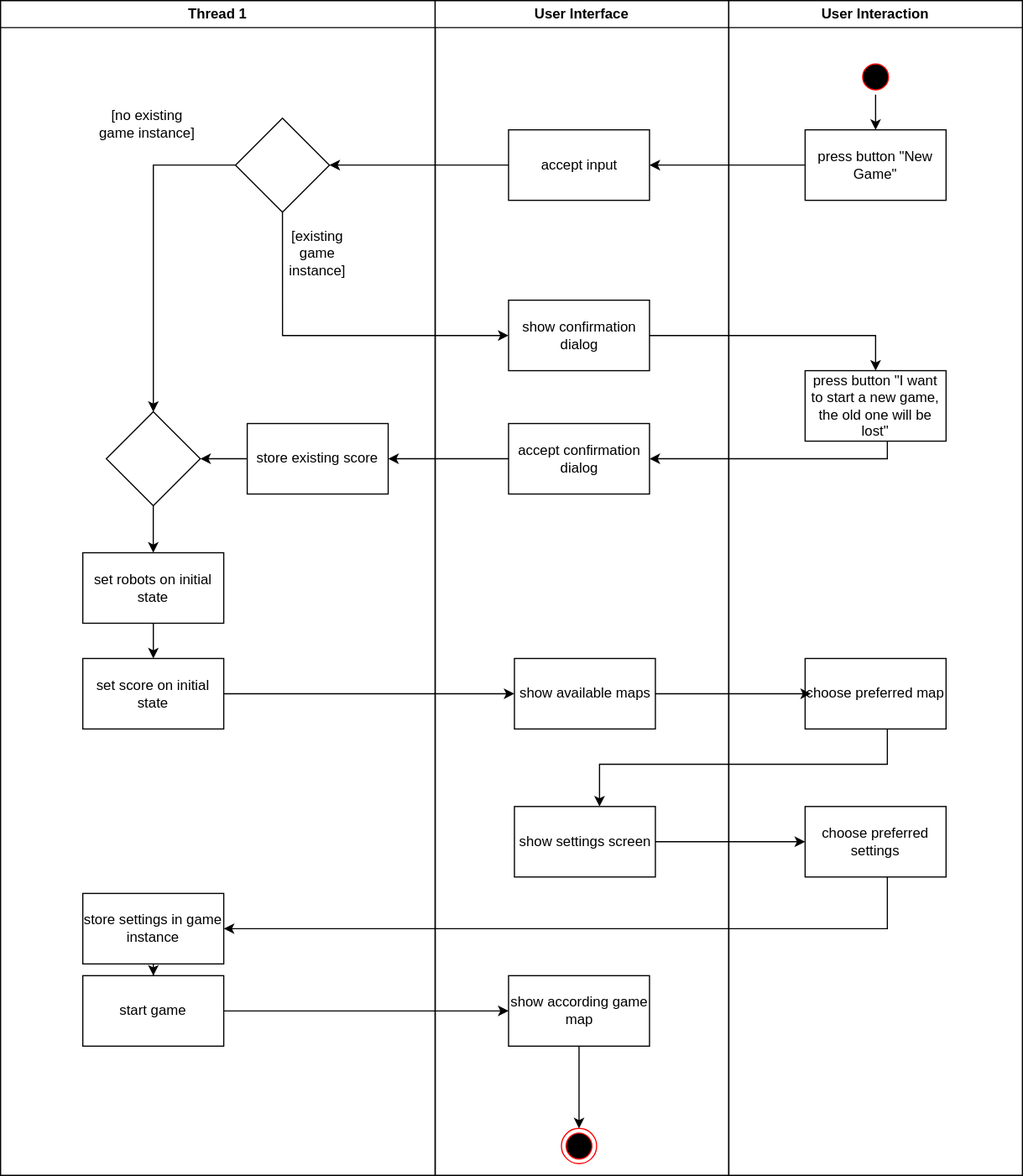
The draw.io diagram activity_diagrams/start_game.svg in Wizards-vs-Robots/documentation, before a commit. Source tidied: cells renumbered, new cells last; positions are measured from the earlier drawing's top-left corner, leaving out a move shared by most shapes.
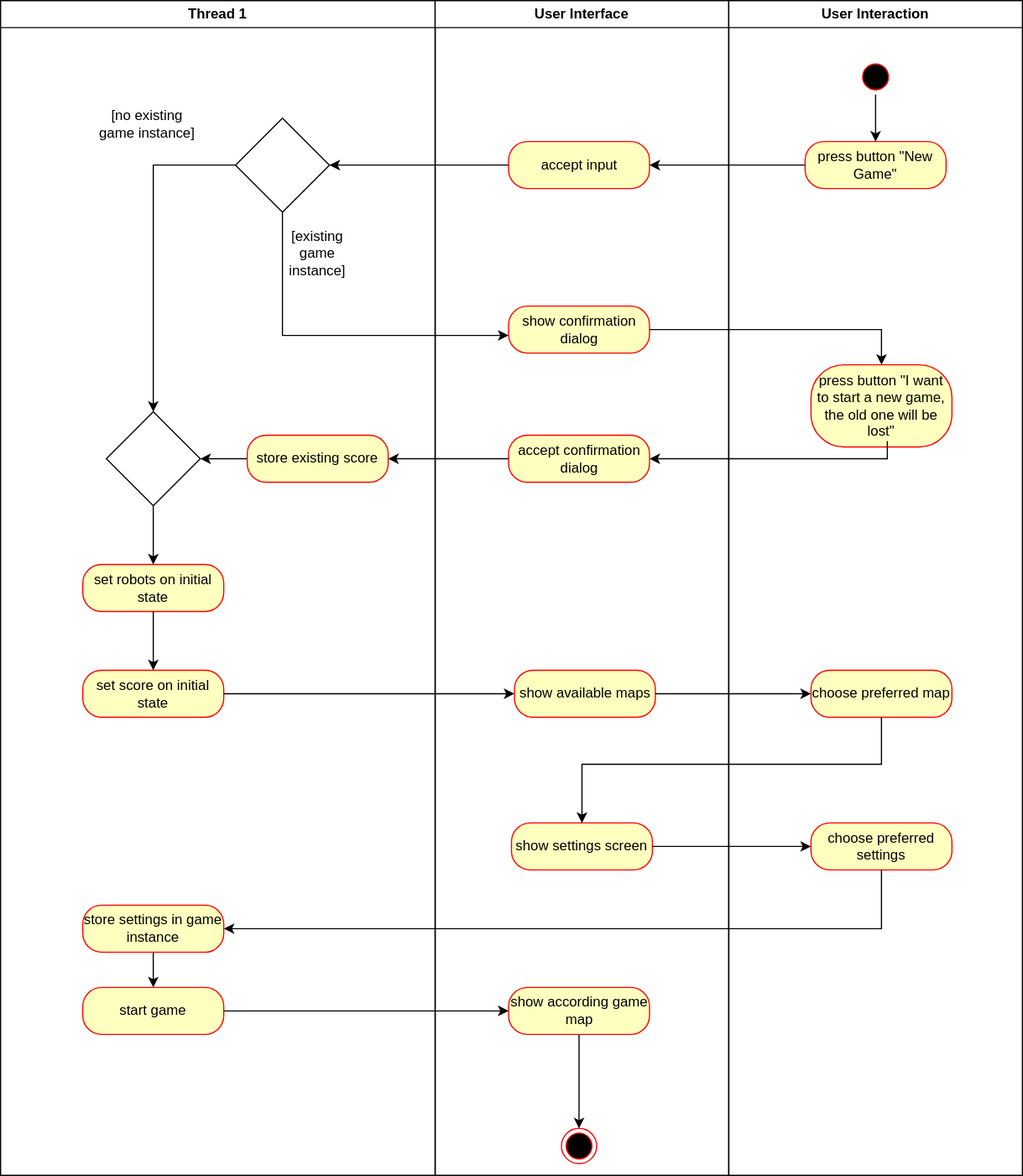
Above is the later version.

The edit, as a diff of the source:
```diff
@@ -5,71 +5,74 @@
     <mxCell id="2" value="Thread 1" style="swimlane;whiteSpace=wrap;" parent="1" vertex="1">
       <mxGeometry width="370" height="1000" as="geometry" />
     </mxCell>
-    <mxCell id="3" value="store existing score" style="rounded=0;whiteSpace=wrap;html=1;" parent="2" vertex="1">
-      <mxGeometry x="210" y="360" width="120" height="60" as="geometry" />
-    </mxCell>
-    <mxCell id="4" value="set robots on initial state" style="rounded=0;whiteSpace=wrap;html=1;" parent="2" vertex="1">
-      <mxGeometry x="70" y="470" width="120" height="60" as="geometry" />
-    </mxCell>
     <mxCell id="5" style="edgeStyle=orthogonalEdgeStyle;rounded=0;jettySize=auto;html=1;" parent="2" edge="1" source="6" target="4">
       <mxGeometry relative="1" as="geometry" />
     </mxCell>
     <mxCell id="6" style="rhombus;whiteSpace=wrap;html=1;" parent="2" vertex="1">
       <mxGeometry x="90" y="350" width="80" height="80" as="geometry" />
     </mxCell>
-    <mxCell id="7" style="edgeStyle=orthogonalEdgeStyle;rounded=0;jettySize=auto;html=1;" parent="2" edge="1" source="3" target="6">
-      <mxGeometry relative="1" as="geometry" />
+    <mxCell id="7" style="edgeStyle=orthogonalEdgeStyle;rounded=0;jettySize=auto;html=1;" parent="2" edge="1" target="6">
+      <mxGeometry relative="1" as="geometry">
+        <mxPoint x="210" y="390" as="sourcePoint" />
+      </mxGeometry>
     </mxCell>
+    <mxCell id="3" value="store existing score" style="rounded=1;whiteSpace=wrap;html=1;arcSize=40;fontColor=#000000;fillColor=#ffffc0;strokeColor=#ff0000;" parent="2" vertex="1">
+      <mxGeometry x="210" y="370" width="120" height="40" as="geometry" />
+    </mxCell>
+    <mxCell id="4" value="set robots on initial state" style="rounded=1;whiteSpace=wrap;html=1;arcSize=40;fontColor=#000000;fillColor=#ffffc0;strokeColor=#ff0000;" parent="2" vertex="1">
+      <mxGeometry x="70" y="480" width="120" height="40" as="geometry" />
+    </mxCell>
+    <mxCell id="17" value="set score on initial state" style="rounded=1;whiteSpace=wrap;html=1;arcSize=40;fontColor=#000000;fillColor=#ffffc0;strokeColor=#ff0000;" parent="2" vertex="1">
+      <mxGeometry x="70" y="570" width="120" height="40" as="geometry" />
+    </mxCell>
+    <mxCell id="10" value="start game" style="rounded=1;whiteSpace=wrap;html=1;arcSize=40;fontColor=#000000;fillColor=#ffffc0;strokeColor=#ff0000;" parent="2" vertex="1">
+      <mxGeometry x="70" y="840" width="120" height="40" as="geometry" />
+    </mxCell>
     <mxCell id="8" style="edgeStyle=orthogonalEdgeStyle;rounded=0;jettySize=auto;html=1;" parent="2" edge="1" source="9" target="10">
       <mxGeometry relative="1" as="geometry" />
     </mxCell>
-    <mxCell id="9" value="store settings in game instance" style="rounded=0;whiteSpace=wrap;html=1;" parent="2" vertex="1">
-      <mxGeometry x="70" y="760" width="120" height="60" as="geometry" />
+    <mxCell id="9" value="store settings in game instance" style="rounded=1;whiteSpace=wrap;html=1;arcSize=40;fontColor=#000000;fillColor=#ffffc0;strokeColor=#ff0000;" parent="2" vertex="1">
+      <mxGeometry x="70" y="770" width="120" height="40" as="geometry" />
     </mxCell>
-    <mxCell id="10" value="start game" style="rounded=0;whiteSpace=wrap;html=1;" parent="2" vertex="1">
-      <mxGeometry x="70" y="830" width="120" height="60" as="geometry" />
-    </mxCell>
+    <mxCell id="40" style="edgeStyle=orthogonalEdgeStyle;rounded=0;jettySize=auto;html=1;" parent="2" edge="1" source="4" target="17">
+      <mxGeometry relative="1" as="geometry" />
+    </mxCell>
     <mxCell id="11" value="User Interface" style="swimlane;whiteSpace=wrap;" parent="1" vertex="1">
       <mxGeometry x="370" width="250" height="1000" as="geometry" />
     </mxCell>
+    <mxCell id="16" style="edgeStyle=orthogonalEdgeStyle;rounded=0;orthogonalLoop=1;jettySize=auto;html=1;entryX=0;entryY=0.5;entryDx=0;entryDy=0;" parent="11" edge="1">
+      <mxGeometry relative="1" as="geometry">
+        <mxPoint x="-180" y="590" as="sourcePoint" />
+        <mxPoint x="67.5" y="590" as="targetPoint" />
+      </mxGeometry>
+    </mxCell>
+    <mxCell id="20" style="ellipse;html=1;shape=endState;fillColor=#000000;strokeColor=#ff0000;" parent="11" vertex="1">
+      <mxGeometry x="107.5" y="960" width="30" height="30" as="geometry" />
+    </mxCell>
-    <mxCell id="12" value="accept input" style="rounded=0;whiteSpace=wrap;html=1;" parent="11" vertex="1">
-      <mxGeometry x="62.5" y="110" width="120" height="60" as="geometry" />
+    <mxCell id="12" value="accept input" style="rounded=1;whiteSpace=wrap;html=1;arcSize=40;fontColor=#000000;fillColor=#ffffc0;strokeColor=#ff0000;" parent="11" vertex="1">
+      <mxGeometry x="62.5" y="120" width="120" height="40" as="geometry" />
     </mxCell>
-    <mxCell id="13" value="show confirmation dialog" style="rounded=0;whiteSpace=wrap;html=1;" parent="11" vertex="1">
-      <mxGeometry x="62.5" y="255" width="120" height="60" as="geometry" />
+    <mxCell id="13" value="show confirmation dialog" style="rounded=1;whiteSpace=wrap;html=1;arcSize=40;fontColor=#000000;fillColor=#ffffc0;strokeColor=#ff0000;" parent="11" vertex="1">
+      <mxGeometry x="62.5" y="260" width="120" height="40" as="geometry" />
     </mxCell>
-    <mxCell id="14" style="edgeStyle=orthogonalEdgeStyle;rounded=0;orthogonalLoop=1;jettySize=auto;html=1;" parent="11" edge="1">
-      <mxGeometry relative="1" as="geometry">
-        <mxPoint x="135" y="560" as="sourcePoint" />
-        <mxPoint x="135" y="580" as="targetPoint" />
-      </mxGeometry>
-    </mxCell>
-    <mxCell id="15" value="accept confirmation dialog" style="rounded=0;whiteSpace=wrap;html=1;" parent="11" vertex="1">
-      <mxGeometry x="62.5" y="360" width="120" height="60" as="geometry" />
+    <mxCell id="15" value="accept confirmation dialog" style="rounded=1;whiteSpace=wrap;html=1;arcSize=40;fontColor=#000000;fillColor=#ffffc0;strokeColor=#ff0000;" parent="11" vertex="1">
+      <mxGeometry x="62.5" y="370" width="120" height="40" as="geometry" />
     </mxCell>
-    <mxCell id="16" style="edgeStyle=orthogonalEdgeStyle;rounded=0;jettySize=auto;html=1;entryX=0;entryY=0.5;entryDx=0;entryDy=0;" parent="11" edge="1" source="17" target="18">
-      <mxGeometry relative="1" as="geometry" />
-    </mxCell>
-    <mxCell id="17" value="set score on initial state" style="rounded=0;whiteSpace=wrap;html=1;" parent="11" vertex="1">
-      <mxGeometry x="-300" y="560" width="120" height="60" as="geometry" />
-    </mxCell>
-    <mxCell id="18" value="show available maps" style="rounded=0;whiteSpace=wrap;html=1;" parent="11" vertex="1">
-      <mxGeometry x="67.5" y="560" width="120" height="60" as="geometry" />
+    <mxCell id="18" value="show available maps" style="rounded=1;whiteSpace=wrap;html=1;arcSize=40;fontColor=#000000;fillColor=#ffffc0;strokeColor=#ff0000;" parent="11" vertex="1">
+      <mxGeometry x="67.5" y="570" width="120" height="40" as="geometry" />
     </mxCell>
-    <mxCell id="19" value="show settings screen" style="rounded=0;whiteSpace=wrap;html=1;" parent="11" vertex="1">
-      <mxGeometry x="67.5" y="686" width="120" height="60" as="geometry" />
+    <mxCell id="19" value="show settings screen" style="rounded=1;whiteSpace=wrap;html=1;arcSize=40;fontColor=#000000;fillColor=#ffffc0;strokeColor=#ff0000;" parent="11" vertex="1">
+      <mxGeometry x="65" y="700" width="120" height="40" as="geometry" />
     </mxCell>
-    <mxCell id="20" style="ellipse;html=1;shape=endState;fillColor=#000000;strokeColor=#ff0000;" parent="11" vertex="1">
-      <mxGeometry x="107.5" y="960" width="30" height="30" as="geometry" />
-    </mxCell>
     <mxCell id="21" style="edgeStyle=orthogonalEdgeStyle;rounded=0;jettySize=auto;html=1;" parent="11" edge="1" source="22" target="20">
       <mxGeometry relative="1" as="geometry" />
     </mxCell>
-    <mxCell id="22" value="show according game map" style="rounded=0;whiteSpace=wrap;html=1;" parent="11" vertex="1">
-      <mxGeometry x="62.5" y="830" width="120" height="60" as="geometry" />
+    <mxCell id="22" value="show according game map" style="rounded=1;whiteSpace=wrap;html=1;arcSize=40;fontColor=#000000;fillColor=#ffffc0;strokeColor=#ff0000;" parent="11" vertex="1">
+      <mxGeometry x="62.5" y="840" width="120" height="40" as="geometry" />
     </mxCell>
-    <mxCell id="23" style="edgeStyle=orthogonalEdgeStyle;rounded=0;jettySize=auto;html=1;" parent="1" edge="1" source="12">
+    <mxCell id="23" style="edgeStyle=orthogonalEdgeStyle;rounded=0;orthogonalLoop=1;jettySize=auto;html=1;" parent="1" edge="1">
       <mxGeometry relative="1" as="geometry">
+        <mxPoint x="432.5" y="140" as="sourcePoint" />
         <mxPoint x="280" y="140" as="targetPoint" />
       </mxGeometry>
     </mxCell>
@@ -102,62 +105,71 @@
     <mxCell id="31" style="ellipse;html=1;shape=startState;fillColor=#000000;strokeColor=#ff0000;" parent="29" vertex="1">
       <mxGeometry x="110" y="50" width="30" height="30" as="geometry" />
     </mxCell>
-    <mxCell id="32" value="press button &quot;New Game&quot;" style="rounded=0;whiteSpace=wrap;html=1;" parent="29" vertex="1">
-      <mxGeometry x="65" y="110" width="120" height="60" as="geometry" />
+    <mxCell id="32" value="press button &quot;New Game&quot;" style="rounded=1;whiteSpace=wrap;html=1;arcSize=40;fontColor=#000000;fillColor=#ffffc0;strokeColor=#ff0000;" parent="29" vertex="1">
+      <mxGeometry x="65" y="120" width="120" height="40" as="geometry" />
     </mxCell>
-    <mxCell id="33" value="press button &quot;I want to start a new game, the old one will be lost&quot;" style="rounded=0;whiteSpace=wrap;html=1;" parent="29" vertex="1">
-      <mxGeometry x="65" y="315" width="120" height="60" as="geometry" />
+    <mxCell id="33" value="press button &quot;I want to start a new game, the old one will be lost&quot;" style="rounded=1;whiteSpace=wrap;html=1;arcSize=40;fontColor=#000000;fillColor=#ffffc0;strokeColor=#ff0000;" parent="29" vertex="1">
+      <mxGeometry x="70" y="310" width="120" height="70" as="geometry" />
     </mxCell>
-    <mxCell id="34" value="choose preferred map" style="rounded=0;whiteSpace=wrap;html=1;" parent="29" vertex="1">
-      <mxGeometry x="65" y="560" width="120" height="60" as="geometry" />
+    <mxCell id="34" value="choose preferred map" style="rounded=1;whiteSpace=wrap;html=1;arcSize=40;fontColor=#000000;fillColor=#ffffc0;strokeColor=#ff0000;" parent="29" vertex="1">
+      <mxGeometry x="70" y="570" width="120" height="40" as="geometry" />
     </mxCell>
-    <mxCell id="35" value="choose preferred settings" style="rounded=0;whiteSpace=wrap;html=1;" parent="29" vertex="1">
-      <mxGeometry x="65" y="686" width="120" height="60" as="geometry" />
+    <mxCell id="35" value="choose preferred settings" style="rounded=1;whiteSpace=wrap;html=1;arcSize=40;fontColor=#000000;fillColor=#ffffc0;strokeColor=#ff0000;" parent="29" vertex="1">
+      <mxGeometry x="70" y="700" width="120" height="40" as="geometry" />
     </mxCell>
-    <mxCell id="36" style="edgeStyle=orthogonalEdgeStyle;rounded=0;jettySize=auto;html=1;" parent="1" edge="1" source="32" target="12">
-      <mxGeometry relative="1" as="geometry" />
+    <mxCell id="36" style="edgeStyle=orthogonalEdgeStyle;rounded=0;orthogonalLoop=1;jettySize=auto;html=1;" parent="1" edge="1">
+      <mxGeometry relative="1" as="geometry">
+        <mxPoint x="685" y="140" as="sourcePoint" />
+        <mxPoint x="552.5" y="140" as="targetPoint" />
+      </mxGeometry>
     </mxCell>
-    <mxCell id="37" style="edgeStyle=orthogonalEdgeStyle;rounded=0;jettySize=auto;html=1;entryX=0.5;entryY=0;entryDx=0;entryDy=0;" parent="1" edge="1" source="13" target="33">
+    <mxCell id="37" style="edgeStyle=orthogonalEdgeStyle;rounded=0;jettySize=auto;html=1;" parent="1" edge="1" source="13" target="33">
       <mxGeometry relative="1" as="geometry" />
     </mxCell>
-    <mxCell id="38" style="edgeStyle=orthogonalEdgeStyle;rounded=0;jettySize=auto;html=1;" parent="1" edge="1" source="33" target="15">
+    <mxCell id="38" style="edgeStyle=orthogonalEdgeStyle;rounded=0;orthogonalLoop=1;jettySize=auto;html=1;" parent="1" edge="1">
       <mxGeometry relative="1" as="geometry">
+        <mxPoint x="755" y="375" as="sourcePoint" />
+        <mxPoint x="552.5" y="390" as="targetPoint" />
         <Array as="points">
           <mxPoint x="755" y="390" />
         </Array>
       </mxGeometry>
     </mxCell>
-    <mxCell id="39" style="edgeStyle=orthogonalEdgeStyle;rounded=0;jettySize=auto;html=1;entryX=1;entryY=0.5;entryDx=0;entryDy=0;" parent="1" edge="1" source="15" target="3">
-      <mxGeometry relative="1" as="geometry" />
+    <mxCell id="39" style="edgeStyle=orthogonalEdgeStyle;rounded=0;orthogonalLoop=1;jettySize=auto;html=1;entryX=1;entryY=0.5;entryDx=0;entryDy=0;" parent="1" edge="1">
+      <mxGeometry relative="1" as="geometry">
+        <mxPoint x="432.5" y="390" as="sourcePoint" />
+        <mxPoint x="330" y="390" as="targetPoint" />
+      </mxGeometry>
     </mxCell>
-    <mxCell id="40" style="edgeStyle=orthogonalEdgeStyle;rounded=0;jettySize=auto;html=1;" parent="1" edge="1" source="4" target="17">
-      <mxGeometry relative="1" as="geometry" />
-    </mxCell>
-    <mxCell id="41" style="edgeStyle=orthogonalEdgeStyle;rounded=0;jettySize=auto;html=1;" parent="1" edge="1" source="18">
+    <mxCell id="41" style="edgeStyle=orthogonalEdgeStyle;rounded=0;orthogonalLoop=1;jettySize=auto;html=1;" parent="1" edge="1">
       <mxGeometry relative="1" as="geometry">
+        <mxPoint x="557.5" y="590" as="sourcePoint" />
         <mxPoint x="690" y="590" as="targetPoint" />
       </mxGeometry>
     </mxCell>
+    <mxCell id="45" style="edgeStyle=orthogonalEdgeStyle;rounded=0;orthogonalLoop=1;jettySize=auto;html=1;" parent="1" edge="1">
+      <mxGeometry relative="1" as="geometry">
+        <mxPoint x="190" y="860" as="sourcePoint" />
+        <mxPoint x="432.5" y="860" as="targetPoint" />
+      </mxGeometry>
+    </mxCell>
     <mxCell id="42" style="edgeStyle=orthogonalEdgeStyle;rounded=0;jettySize=auto;html=1;" parent="1" edge="1" source="34" target="19">
       <mxGeometry relative="1" as="geometry">
         <Array as="points">
-          <mxPoint x="755" y="650" />
-          <mxPoint x="510" y="650" />
+          <mxPoint x="750" y="650" />
+          <mxPoint x="495" y="650" />
         </Array>
       </mxGeometry>
     </mxCell>
     <mxCell id="43" style="edgeStyle=orthogonalEdgeStyle;rounded=0;jettySize=auto;html=1;" parent="1" edge="1" source="19" target="35">
       <mxGeometry relative="1" as="geometry" />
     </mxCell>
-    <mxCell id="44" style="edgeStyle=orthogonalEdgeStyle;rounded=0;jettySize=auto;html=1;entryX=1;entryY=0.5;entryDx=0;entryDy=0;" parent="1" edge="1" source="35" target="9">
+    <mxCell id="44" style="edgeStyle=orthogonalEdgeStyle;rounded=0;jettySize=auto;html=1;" parent="1" edge="1" source="35" target="9">
       <mxGeometry relative="1" as="geometry">
         <Array as="points">
-          <mxPoint x="755" y="790" />
+          <mxPoint x="750" y="790" />
         </Array>
       </mxGeometry>
     </mxCell>
-    <mxCell id="45" style="edgeStyle=orthogonalEdgeStyle;rounded=0;jettySize=auto;html=1;" parent="1" edge="1" source="10" target="22">
-      <mxGeometry relative="1" as="geometry" />
-    </mxCell>
   </root>
 </mxGraphModel>
```
